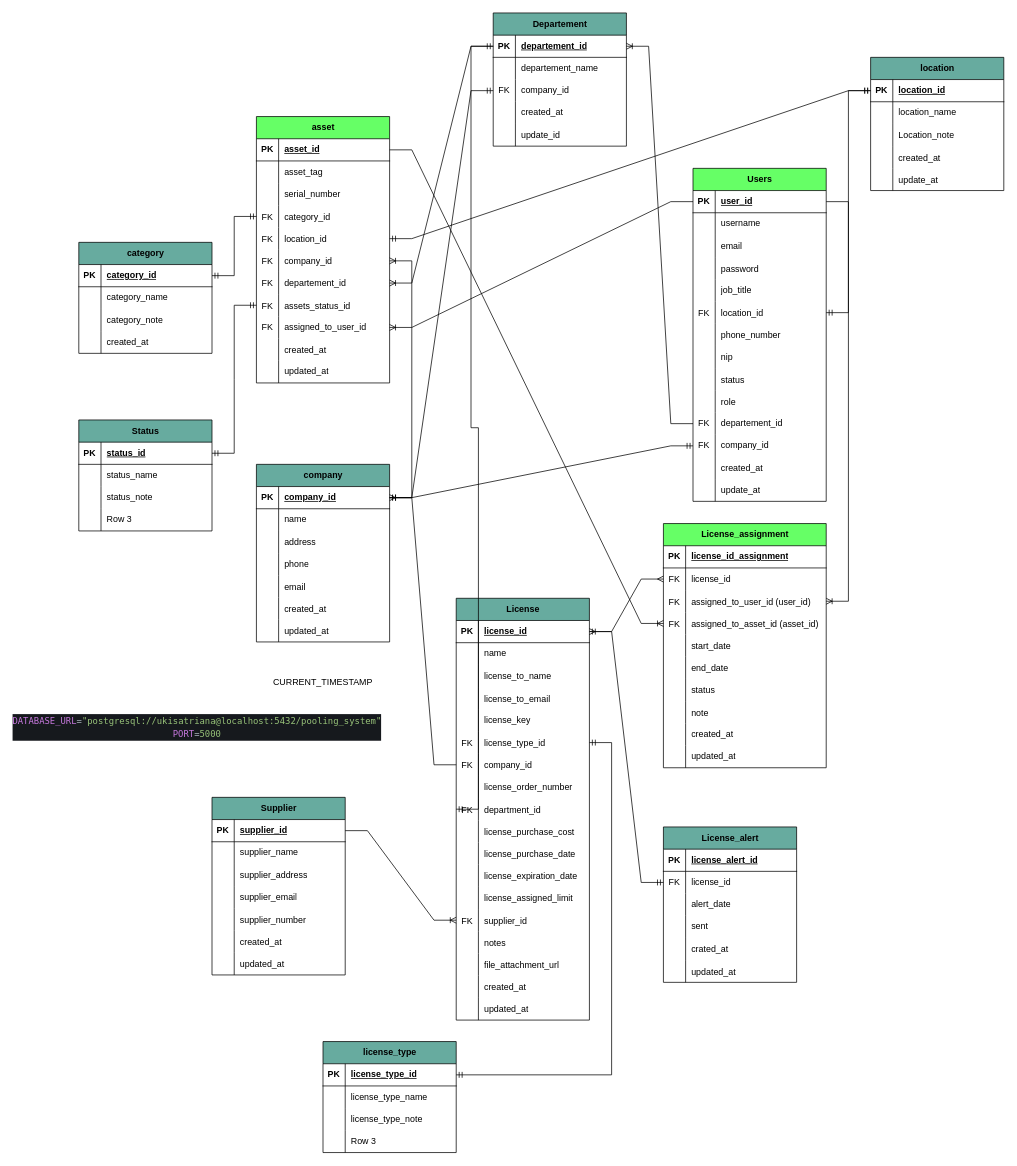
This is pooling.drawio from ukisatriana/Flow-serv, a draw.io file, before an edit. Source tidied: cells renumbered, new cells numbered last; positions are measured from the earlier drawing's top-left corner, leaving out a move shared by most shapes. Both pictures are drawn from the tidied source at 74%, with x=0, y=0 at pixel (78, 13).
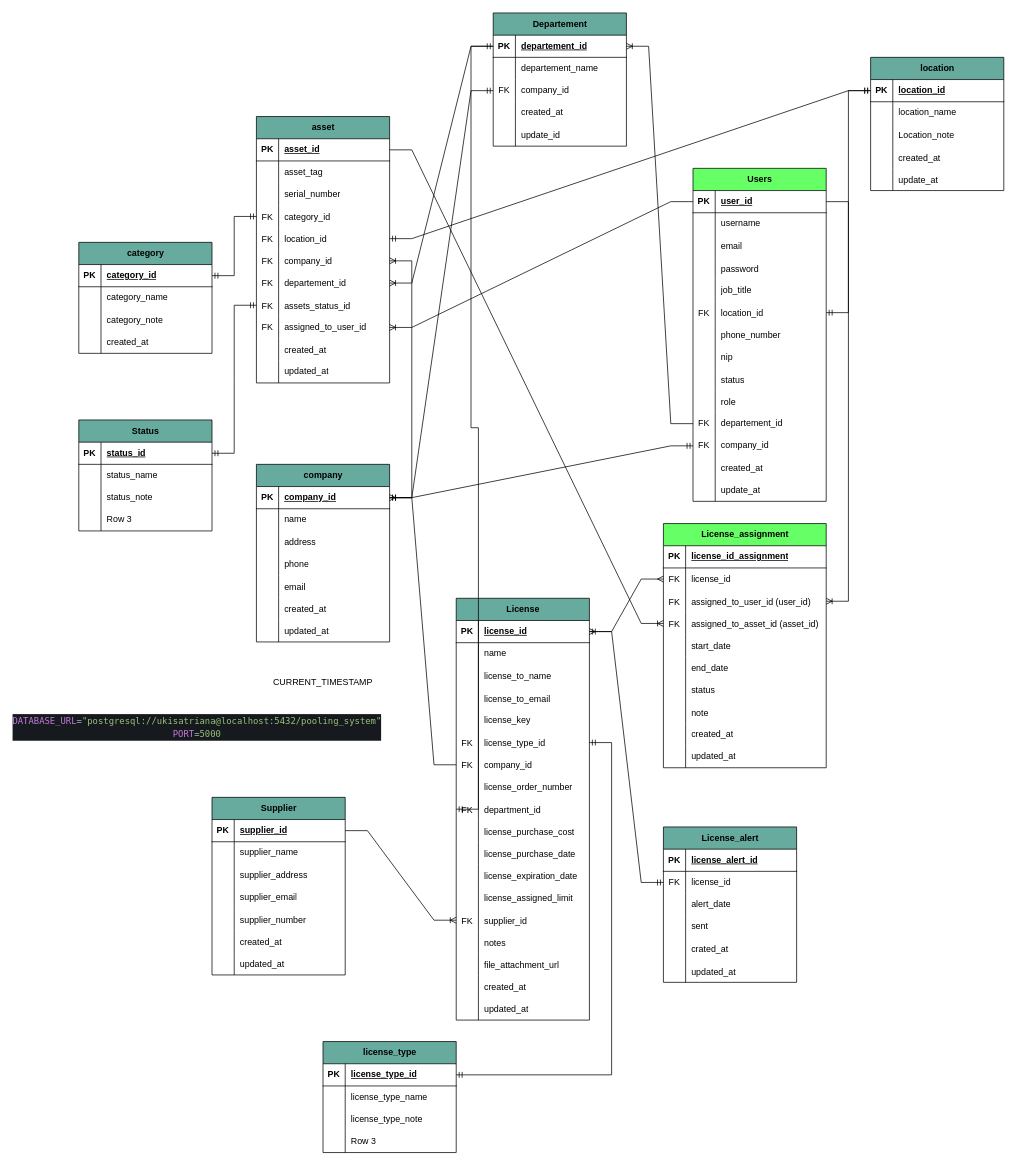
The same diagram, later.

Change to the diagram source:
```diff
@@
-    <mxCell id="83" value="asset" style="shape=table;startSize=30;childLayout=tableLayout;rowLines=0;fontStyle=1;align=center;html=1;fillColor=#66FF66;" parent="1" vertex="1">
+    <mxCell id="83" value="asset" style="shape=table;startSize=30;childLayout=tableLayout;rowLines=0;fontStyle=1;align=center;html=1;fillColor=#67AB9F;" parent="1" vertex="1">
       <mxGeometry x="240" y="140" width="180" height="360" as="geometry" />
     </mxCell>
```
